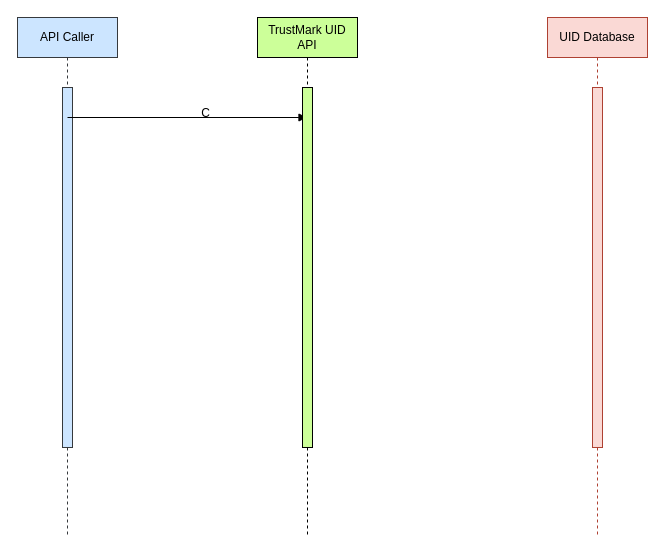
Before: page "createTmkUniqueId" (1 of 4) of Copy of sequence_diagram.drawio in div4u86/Sample, a draw.io diagram. Source tidied: cells renumbered, new cells numbered last; positions are measured from the earlier drawing's top-left corner, leaving out a move shared by most shapes. Both pictures are drawn from the tidied source at 100%, with x=0, y=0 at pixel (17, 17).
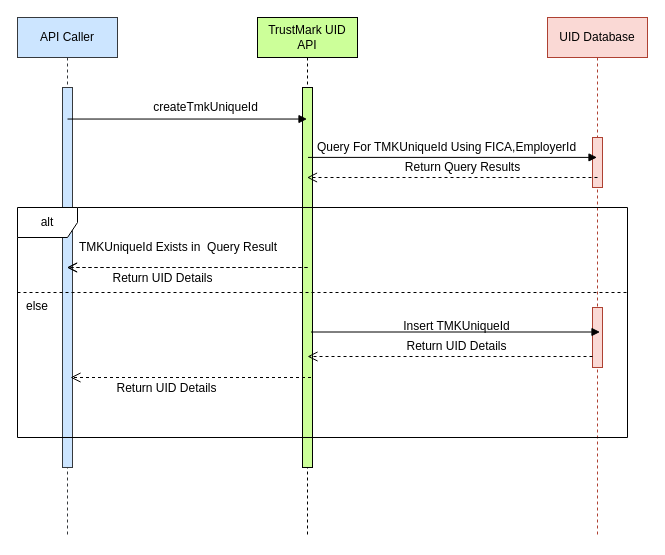
The same diagram, later.

Unchanged cells that the change refers to:
```xml
<mxCell id="2" value="API Caller" style="shape=umlLifeline;perimeter=lifelinePerimeter;whiteSpace=wrap;html=1;fillColor=#cce5ff;strokeColor=#36393d;" parent="1" vertex="1">
  <mxGeometry width="100" height="520" as="geometry" />
</mxCell>
<mxCell id="5" value="TrustMark UID API" style="shape=umlLifeline;perimeter=lifelinePerimeter;whiteSpace=wrap;html=1;outlineConnect=0;fillColor=#CCFF99;" parent="1" vertex="1">
  <mxGeometry x="240" width="100" height="520" as="geometry" />
</mxCell>
<mxCell id="7" value="UID Database" style="shape=umlLifeline;perimeter=lifelinePerimeter;whiteSpace=wrap;html=1;outlineConnect=0;fillColor=#fad9d5;strokeColor=#ae4132;" parent="1" vertex="1">
  <mxGeometry x="530" width="100" height="520" as="geometry" />
</mxCell>
```

Change to the diagram source:
```diff
@@
     <mxCell id="3" style="html=1;points=[];perimeter=orthogonalPerimeter;fillColor=#cce5ff;strokeColor=#36393d;" parent="2" vertex="1">
-      <mxGeometry x="45" y="70" width="10" height="360" as="geometry" />
+      <mxGeometry x="45" y="70" width="10" height="380" as="geometry" />
     </mxCell>
-    <mxCell id="4" style="html=1;verticalAlign=bottom;endArrow=block;" parent="2" edge="1" target="5">
-      <mxGeometry relative="1" as="geometry">
-        <mxPoint x="50" y="100" as="sourcePoint" />
-      </mxGeometry>
-    </mxCell>
@@
     <mxCell id="6" style="html=1;perimeter=orthogonalPerimeter;fillColor=#CCFF99;" parent="5" vertex="1">
-      <mxGeometry x="45" y="70" width="10" height="360" as="geometry" />
+      <mxGeometry x="45" y="70" width="10" height="380" as="geometry" />
     </mxCell>
@@
     <mxCell id="8" style="html=1;perimeter=orthogonalPerimeter;fillColor=#fad9d5;strokeColor=#ae4132;" parent="7" vertex="1">
-      <mxGeometry x="45" y="70" width="10" height="360" as="geometry" />
+      <mxGeometry x="45" y="120" width="10" height="50" as="geometry" />
     </mxCell>
-    <mxCell id="9" value="C" style="text;html=1;align=center;verticalAlign=middle;" parent="1" vertex="1">
-      <mxGeometry x="178" y="86" width="20" height="20" as="geometry" />
+    <mxCell id="9" value="createTmkUniqueId" style="text;html=1;align=center;verticalAlign=middle;" parent="1" vertex="1">
+      <mxGeometry x="128" y="80" width="120" height="20" as="geometry" />
     </mxCell>
+    <mxCell id="4" style="html=1;verticalAlign=bottom;endArrow=block;exitX=0.5;exitY=0.083;exitDx=0;exitDy=0;exitPerimeter=0;" parent="1" edge="1" source="3" target="5">
+      <mxGeometry relative="1" as="geometry" />
+    </mxCell>
+    <mxCell id="10" value="Query For TMKUniqueId Using FICA,EmployerId&lt;br&gt;" style="text;html=1;align=center;verticalAlign=middle;" parent="1" vertex="1">
+      <mxGeometry x="293.5" y="120" width="270" height="20" as="geometry" />
+    </mxCell>
+    <mxCell id="11" style="html=1;verticalAlign=bottom;endArrow=block;exitX=0.5;exitY=0.083;exitDx=0;exitDy=0;exitPerimeter=0;" parent="1" edge="1" target="7">
+      <mxGeometry relative="1" as="geometry">
+        <mxPoint x="290.5" y="139.9" as="sourcePoint" />
+      </mxGeometry>
+    </mxCell>
+    <mxCell id="12" style="html=1;verticalAlign=bottom;endArrow=open;dashed=1;endSize=8;" parent="1" edge="1" target="5">
+      <mxGeometry y="-50" relative="1" as="geometry">
+        <mxPoint x="580" y="160" as="sourcePoint" />
+      </mxGeometry>
+    </mxCell>
+    <mxCell id="13" value="Return Query Results&lt;br&gt;" style="text;html=1;align=center;verticalAlign=middle;" parent="1" vertex="1">
+      <mxGeometry x="380" y="140" width="130" height="20" as="geometry" />
+    </mxCell>
+    <mxCell id="14" value="alt&lt;br&gt;" style="shape=umlFrame;whiteSpace=wrap;html=1;" parent="1" vertex="1">
+      <mxGeometry y="190" width="610" height="230" as="geometry" />
+    </mxCell>
+    <mxCell id="15" style="line;strokeWidth=1;fillColor=none;align=left;verticalAlign=middle;spacingTop=-1;spacingLeft=3;spacingRight=3;labelPosition=right;dashed=1;" parent="1" vertex="1">
+      <mxGeometry y="271" width="610" height="8" as="geometry" />
+    </mxCell>
+    <mxCell id="16" value="TMKUniqueId Exists in&amp;nbsp; Query Result&lt;br&gt;" style="text;html=1;strokeColor=none;fillColor=none;align=left;verticalAlign=middle;whiteSpace=wrap;rounded=0;dashed=1;" parent="1" vertex="1">
+      <mxGeometry x="60" y="220" width="280" height="20" as="geometry" />
+    </mxCell>
+    <mxCell id="17" style="html=1;verticalAlign=bottom;endArrow=open;dashed=1;endSize=8;" parent="1" edge="1">
+      <mxGeometry y="-50" relative="1" as="geometry">
+        <mxPoint x="290" y="250" as="sourcePoint" />
+        <mxPoint x="49.5" y="250" as="targetPoint" />
+      </mxGeometry>
+    </mxCell>
+    <mxCell id="18" value="else" style="text;html=1;strokeColor=none;fillColor=none;align=center;verticalAlign=middle;whiteSpace=wrap;rounded=0;dashed=1;" parent="1" vertex="1">
+      <mxGeometry y="279" width="40" height="20" as="geometry" />
+    </mxCell>
+    <mxCell id="19" style="html=1;verticalAlign=bottom;endArrow=open;dashed=1;endSize=8;" parent="1" edge="1">
+      <mxGeometry y="-50" relative="1" as="geometry">
+        <mxPoint x="290" y="250" as="sourcePoint" />
+        <mxPoint x="49.5" y="250" as="targetPoint" />
+        <Array as="points">
+          <mxPoint x="170" y="250" />
+        </Array>
+      </mxGeometry>
+    </mxCell>
+    <mxCell id="20" value="Return UID Details" style="text;html=1;align=center;verticalAlign=middle;" parent="1" vertex="1">
+      <mxGeometry x="85" y="251" width="120" height="20" as="geometry" />
+    </mxCell>
+    <mxCell id="21" style="html=1;perimeter=orthogonalPerimeter;fillColor=#fad9d5;strokeColor=#ae4132;" parent="1" vertex="1">
+      <mxGeometry x="575" y="290" width="10" height="60" as="geometry" />
+    </mxCell>
+    <mxCell id="22" value="Insert TMKUniqueId" style="text;html=1;align=center;verticalAlign=middle;" parent="1" vertex="1">
+      <mxGeometry x="378.5" y="299" width="120" height="20" as="geometry" />
+    </mxCell>
+    <mxCell id="23" style="html=1;verticalAlign=bottom;endArrow=block;exitX=0.5;exitY=0.083;exitDx=0;exitDy=0;exitPerimeter=0;" parent="1" edge="1">
+      <mxGeometry relative="1" as="geometry">
+        <mxPoint x="293.5" y="314.5" as="sourcePoint" />
+        <mxPoint x="582.5" y="314.5" as="targetPoint" />
+      </mxGeometry>
+    </mxCell>
+    <mxCell id="24" value="Return UID Details" style="text;html=1;align=center;verticalAlign=middle;" parent="1" vertex="1">
+      <mxGeometry x="378.5" y="319" width="120" height="20" as="geometry" />
+    </mxCell>
+    <mxCell id="25" style="html=1;verticalAlign=bottom;endArrow=open;dashed=1;endSize=8;" parent="1" edge="1">
+      <mxGeometry y="-50" relative="1" as="geometry">
+        <mxPoint x="575" y="339" as="sourcePoint" />
+        <mxPoint x="290" y="339" as="targetPoint" />
+      </mxGeometry>
+    </mxCell>
+    <mxCell id="26" style="html=1;verticalAlign=bottom;endArrow=open;dashed=1;endSize=8;" parent="1" edge="1">
+      <mxGeometry y="-50" relative="1" as="geometry">
+        <mxPoint x="293.5" y="360" as="sourcePoint" />
+        <mxPoint x="53" y="360" as="targetPoint" />
+        <Array as="points">
+          <mxPoint x="173.5" y="360" />
+        </Array>
+      </mxGeometry>
+    </mxCell>
+    <mxCell id="27" value="Return UID Details" style="text;html=1;align=center;verticalAlign=middle;" parent="1" vertex="1">
+      <mxGeometry x="88.5" y="361" width="120" height="20" as="geometry" />
+    </mxCell>
```
